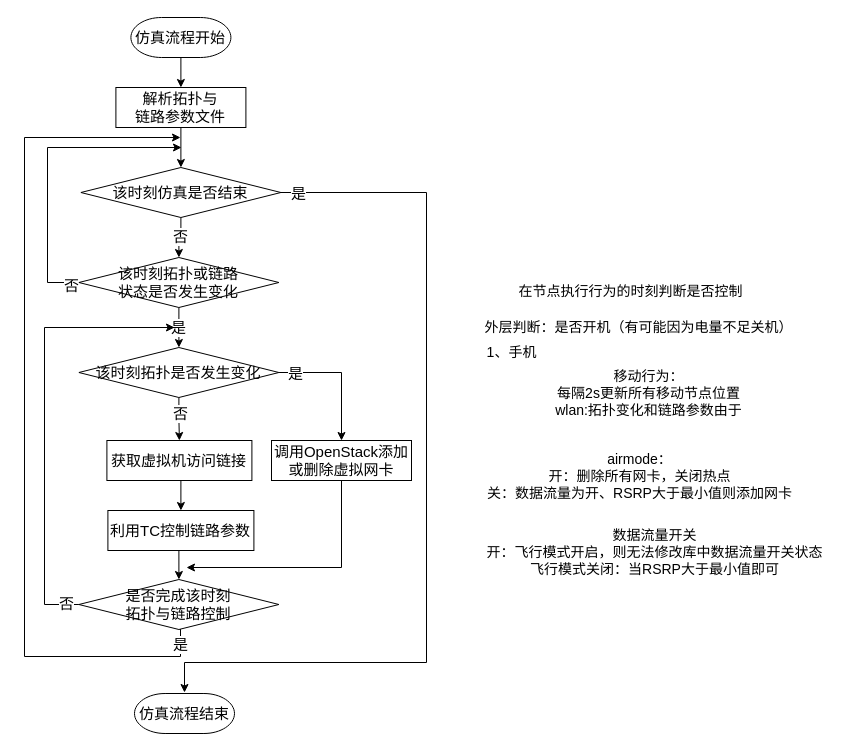
Before: page "拓扑与链路控制技术" (1 of 5) of 网络控制技术_流程图.drawio in Icarus1994/neutron_conf, a draw.io diagram. Source tidied: cells renumbered, new cells numbered last; positions are measured from the earlier drawing's top-left corner, leaving out a move shared by most shapes. Both pictures are drawn from the tidied source at 100%, with x=0, y=0 at pixel (24, 17).
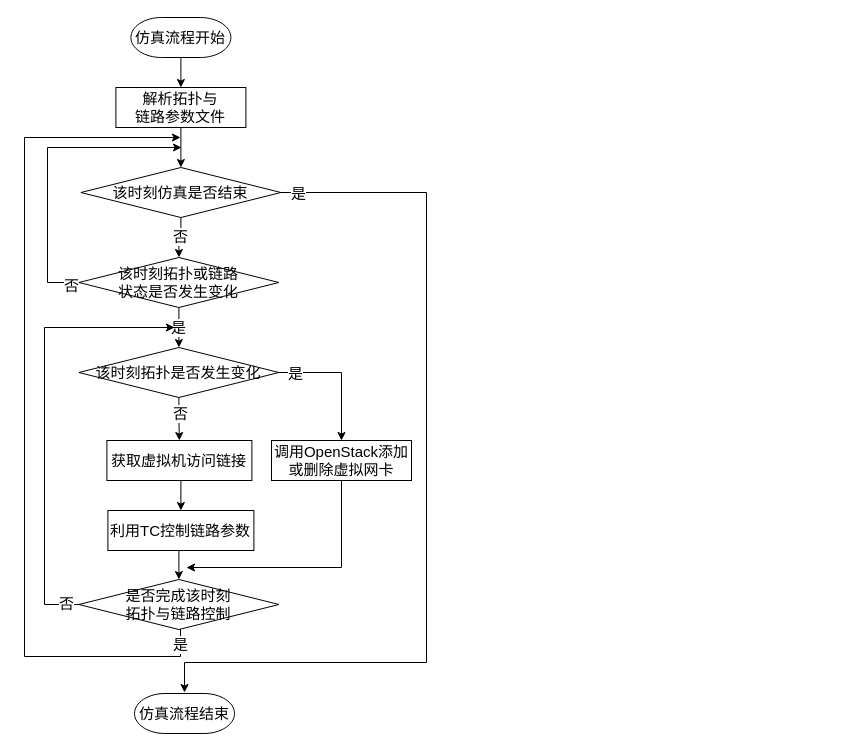
The same diagram, later.

What changed in the source:
```diff
@@
-    <mxCell id="32" value="在节点执行行为的时刻判断是否控制" style="text;html=1;align=center;verticalAlign=middle;fontSize=14;" parent="1" vertex="1">
-      <mxGeometry x="489" y="263" width="234" height="21" as="geometry" />
-    </mxCell>
-    <mxCell id="33" value="airmode：&lt;br&gt;开：删除所有网卡，关闭热点&lt;br&gt;关：数据流量为开、RSRP大于最小值则添加网卡&lt;br&gt;" style="text;html=1;align=center;verticalAlign=middle;fontSize=14;" parent="1" vertex="1">
-      <mxGeometry x="457" y="431" width="315" height="55" as="geometry" />
-    </mxCell>
-    <mxCell id="34" value="1、手机" style="text;html=1;align=center;verticalAlign=middle;fontSize=14;" parent="1" vertex="1">
-      <mxGeometry x="457" y="324" width="60" height="21" as="geometry" />
-    </mxCell>
-    <mxCell id="35" value="数据流量开关&lt;br&gt;开：飞行模式开启，则无法修改库中数据流量开关状态&lt;br&gt;飞行模式关闭：当RSRP大于最小值即可&lt;br&gt;" style="text;html=1;align=center;verticalAlign=middle;fontSize=14;" parent="1" vertex="1">
-      <mxGeometry x="457" y="507" width="346" height="55" as="geometry" />
-    </mxCell>
-    <mxCell id="36" value="外层判断：是否开机（有可能因为电量不足关机）" style="text;html=1;align=center;verticalAlign=middle;fontSize=14;" parent="1" vertex="1">
-      <mxGeometry x="455" y="299" width="318" height="21" as="geometry" />
-    </mxCell>
-    <mxCell id="37" value="移动行为：&lt;br&gt;每隔2s更新所有移动节点位置&lt;br&gt;wlan:拓扑变化和链路参数由于" style="text;html=1;align=center;verticalAlign=middle;fontSize=14;" parent="1" vertex="1">
-      <mxGeometry x="525" y="348" width="197" height="55" as="geometry" />
-    </mxCell>
```
